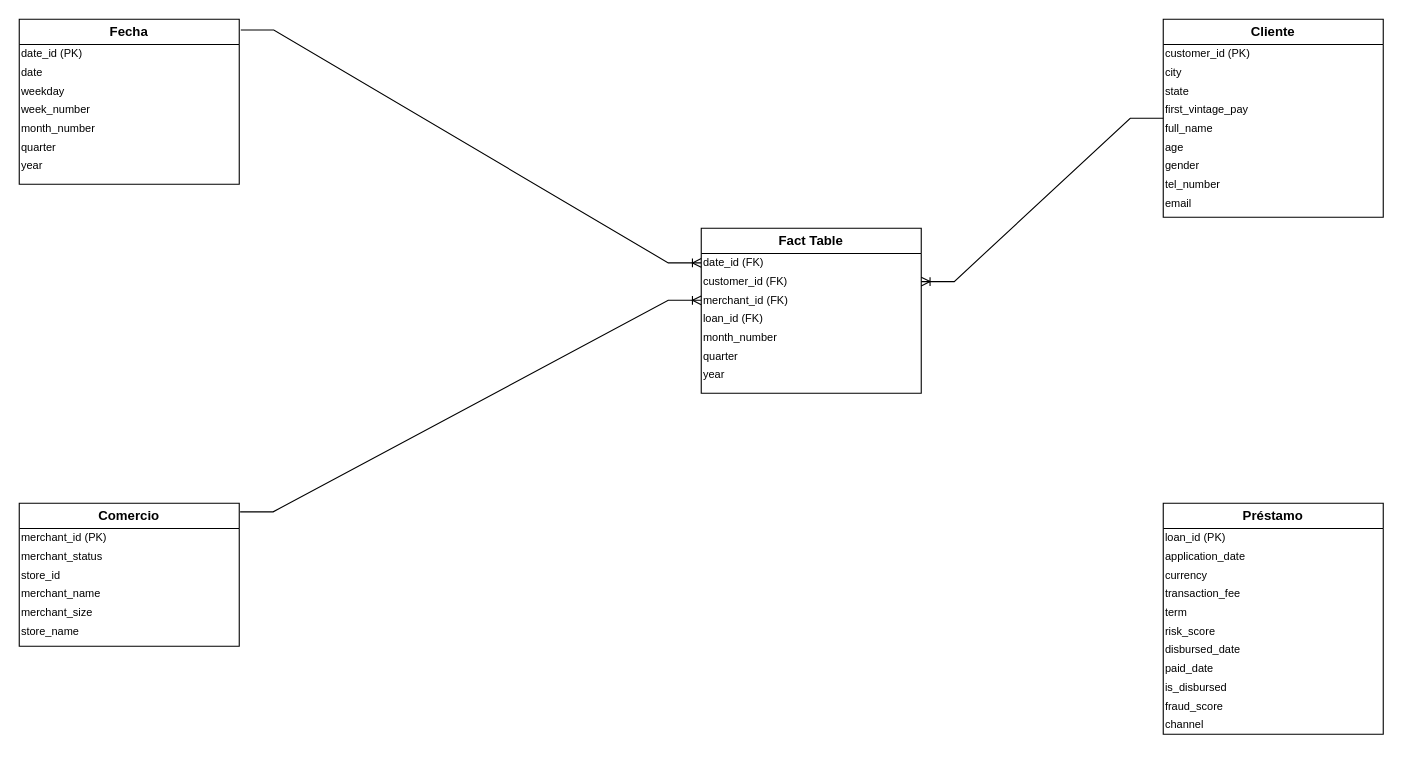
Before: KChallenge.drawio in GonzalezAngel/KChallenge, a draw.io diagram. Source tidied: cells renumbered, new cells numbered last; positions are measured from the earlier drawing's top-left corner, leaving out a move shared by most shapes. Both pictures are drawn from the tidied source at 110%, with x=0, y=0 at pixel (19, 19).
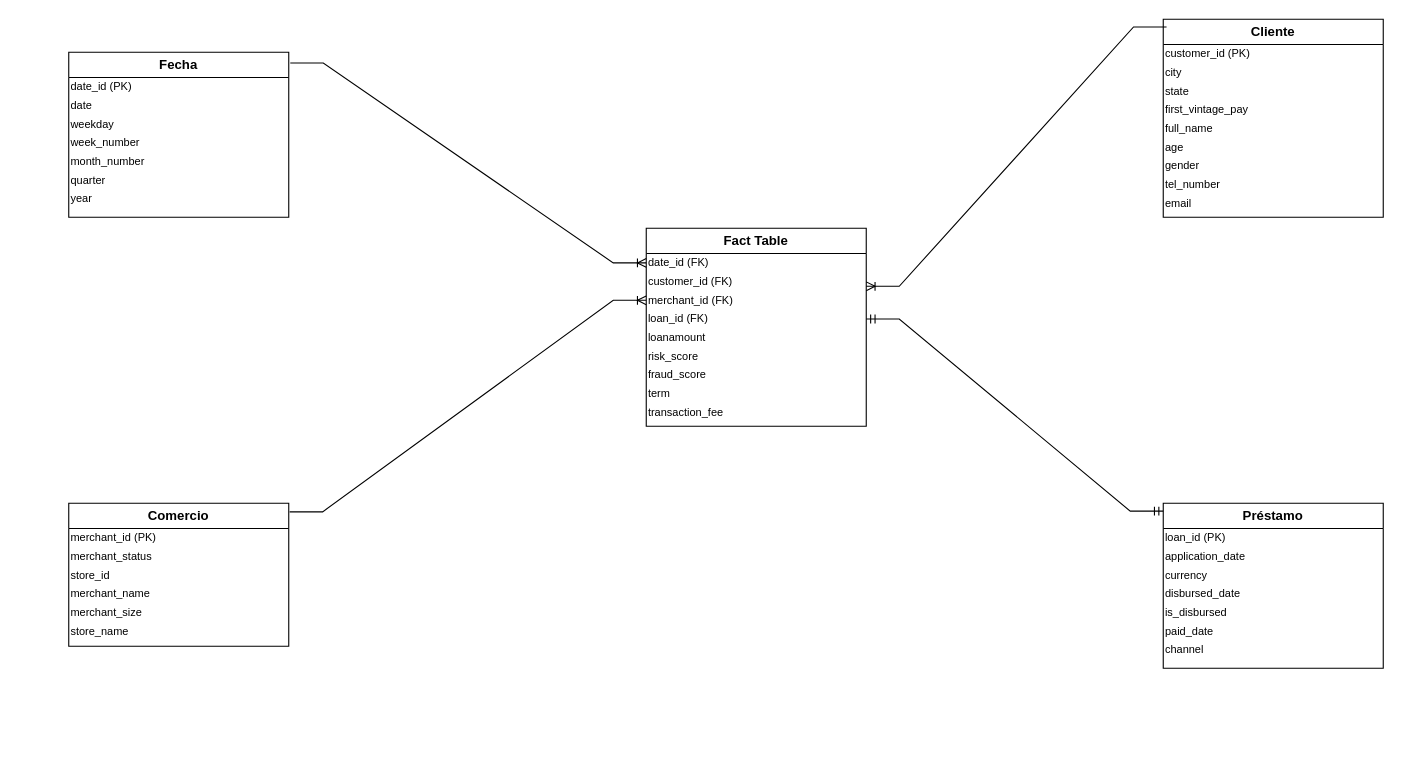
The same diagram, later.

The change refers to these unchanged cells:
```xml
<mxCell id="11" value="Cliente" style="swimlane;whiteSpace=wrap;html=1;" parent="1" vertex="1">
  <mxGeometry x="1040" width="200" height="180" as="geometry" />
</mxCell>
<mxCell id="31" value="&lt;pre&gt;&lt;font face=&quot;Helvetica&quot;&gt;customer_id (FK)&lt;/font&gt;&lt;/pre&gt;" style="text;html=1;strokeColor=none;fillColor=none;align=left;verticalAlign=middle;whiteSpace=wrap;rounded=0;fontSize=10;" parent="29" vertex="1">
  <mxGeometry y="40" width="200" height="17" as="geometry" />
</mxCell>
<mxCell id="33" value="&lt;pre&gt;&lt;font face=&quot;Helvetica&quot;&gt;loan_id (FK)&lt;/font&gt;&lt;/pre&gt;" style="text;html=1;strokeColor=none;fillColor=none;align=left;verticalAlign=middle;whiteSpace=wrap;rounded=0;fontSize=10;" parent="29" vertex="1">
  <mxGeometry y="74" width="200" height="17" as="geometry" />
</mxCell>
```

Diff of the diagram source:
```diff
@@
     <mxCell id="2" value="Fecha" style="swimlane;whiteSpace=wrap;html=1;" parent="1" vertex="1">
-      <mxGeometry width="200" height="150" as="geometry" />
+      <mxGeometry x="45" y="30" width="200" height="150" as="geometry" />
     </mxCell>
@@
-    <mxCell id="21" style="edgeStyle=entityRelationEdgeStyle;fontSize=12;html=1;endArrow=ERoneToMany;rounded=0;entryX=1;entryY=0.5;entryDx=0;entryDy=0;" parent="1" edge="1" source="11" target="31">
-      <mxGeometry relative="1" as="geometry" />
-    </mxCell>
     <mxCell id="22" value="Comercio" style="swimlane;whiteSpace=wrap;html=1;" parent="1" vertex="1">
-      <mxGeometry y="440" width="200" height="130" as="geometry" />
+      <mxGeometry x="45" y="440" width="200" height="130" as="geometry" />
     </mxCell>
@@
     <mxCell id="29" value="Fact Table" style="swimlane;whiteSpace=wrap;html=1;" parent="1" vertex="1">
-      <mxGeometry x="620" y="190" width="200" height="150" as="geometry" />
+      <mxGeometry x="570" y="190" width="200" height="180" as="geometry" />
     </mxCell>
@@
-    <mxCell id="34" value="&lt;pre&gt;&lt;font face=&quot;Helvetica&quot;&gt;month_number&lt;/font&gt;&lt;/pre&gt;" style="text;html=1;strokeColor=none;fillColor=none;align=left;verticalAlign=middle;whiteSpace=wrap;rounded=0;fontSize=10;" parent="29" vertex="1">
+    <mxCell id="34" value="&lt;pre&gt;&lt;font face=&quot;Helvetica&quot;&gt;loanamount&lt;/font&gt;&lt;/pre&gt;" style="text;html=1;strokeColor=none;fillColor=none;align=left;verticalAlign=middle;whiteSpace=wrap;rounded=0;fontSize=10;" parent="29" vertex="1">
       <mxGeometry y="91" width="200" height="17" as="geometry" />
     </mxCell>
-    <mxCell id="35" value="&lt;pre&gt;&lt;font face=&quot;Helvetica&quot;&gt;quarter&lt;/font&gt;&lt;/pre&gt;" style="text;html=1;strokeColor=none;fillColor=none;align=left;verticalAlign=middle;whiteSpace=wrap;rounded=0;fontSize=10;" parent="29" vertex="1">
+    <mxCell id="35" value="&lt;pre&gt;&lt;font face=&quot;Helvetica&quot;&gt;risk_score&lt;/font&gt;&lt;/pre&gt;" style="text;html=1;strokeColor=none;fillColor=none;align=left;verticalAlign=middle;whiteSpace=wrap;rounded=0;fontSize=10;" parent="29" vertex="1">
       <mxGeometry y="108" width="200" height="17" as="geometry" />
     </mxCell>
-    <mxCell id="36" value="&lt;pre&gt;&lt;font face=&quot;Helvetica&quot;&gt;year&lt;/font&gt;&lt;/pre&gt;" style="text;html=1;strokeColor=none;fillColor=none;align=left;verticalAlign=middle;whiteSpace=wrap;rounded=0;fontSize=10;" parent="29" vertex="1">
+    <mxCell id="36" value="&lt;pre&gt;&lt;font face=&quot;Helvetica&quot;&gt;fraud_score&lt;/font&gt;&lt;/pre&gt;" style="text;html=1;strokeColor=none;fillColor=none;align=left;verticalAlign=middle;whiteSpace=wrap;rounded=0;fontSize=10;" parent="29" vertex="1">
       <mxGeometry y="125" width="200" height="17" as="geometry" />
     </mxCell>
+    <mxCell id="43" value="&lt;pre&gt;&lt;font face=&quot;Helvetica&quot;&gt;term&lt;/font&gt;&lt;/pre&gt;" style="text;html=1;strokeColor=none;fillColor=none;align=left;verticalAlign=middle;whiteSpace=wrap;rounded=0;fontSize=10;" parent="29" vertex="1">
+      <mxGeometry y="142" width="200" height="17" as="geometry" />
+    </mxCell>
+    <mxCell id="42" value="&lt;pre&gt;&lt;font face=&quot;Helvetica&quot;&gt;transaction_fee&lt;/font&gt;&lt;/pre&gt;" style="text;html=1;strokeColor=none;fillColor=none;align=left;verticalAlign=middle;whiteSpace=wrap;rounded=0;fontSize=10;" parent="29" vertex="1">
+      <mxGeometry y="159" width="200" height="17" as="geometry" />
+    </mxCell>
@@
     <mxCell id="38" value="Préstamo" style="swimlane;whiteSpace=wrap;html=1;" parent="1" vertex="1">
-      <mxGeometry x="1040" y="440" width="200" height="210" as="geometry" />
+      <mxGeometry x="1040" y="440" width="200" height="150" as="geometry" />
     </mxCell>
@@
-    <mxCell id="42" value="&lt;pre&gt;&lt;font face=&quot;Helvetica&quot;&gt;transaction_fee&lt;/font&gt;&lt;/pre&gt;" style="text;html=1;strokeColor=none;fillColor=none;align=left;verticalAlign=middle;whiteSpace=wrap;rounded=0;fontSize=10;" parent="38" vertex="1">
-      <mxGeometry y="74" width="200" height="17" as="geometry" />
-    </mxCell>
-    <mxCell id="43" value="&lt;pre&gt;&lt;font face=&quot;Helvetica&quot;&gt;term&lt;/font&gt;&lt;/pre&gt;" style="text;html=1;strokeColor=none;fillColor=none;align=left;verticalAlign=middle;whiteSpace=wrap;rounded=0;fontSize=10;" parent="38" vertex="1">
-      <mxGeometry y="91" width="200" height="17" as="geometry" />
-    </mxCell>
-    <mxCell id="44" value="&lt;pre&gt;&lt;font face=&quot;Helvetica&quot;&gt;risk_score&lt;/font&gt;&lt;/pre&gt;" style="text;html=1;strokeColor=none;fillColor=none;align=left;verticalAlign=middle;whiteSpace=wrap;rounded=0;fontSize=10;" parent="38" vertex="1">
-      <mxGeometry y="108" width="200" height="17" as="geometry" />
-    </mxCell>
     <mxCell id="45" value="&lt;pre&gt;&lt;font face=&quot;Helvetica&quot;&gt;disbursed_date&lt;/font&gt;&lt;/pre&gt;" style="text;html=1;strokeColor=none;fillColor=none;align=left;verticalAlign=middle;whiteSpace=wrap;rounded=0;fontSize=10;" parent="38" vertex="1">
-      <mxGeometry y="125" width="200" height="17" as="geometry" />
+      <mxGeometry y="74" width="200" height="17" as="geometry" />
     </mxCell>
     <mxCell id="46" value="&lt;pre&gt;&lt;font face=&quot;Helvetica&quot;&gt;paid_date&lt;/font&gt;&lt;/pre&gt;" style="text;html=1;strokeColor=none;fillColor=none;align=left;verticalAlign=middle;whiteSpace=wrap;rounded=0;fontSize=10;" parent="38" vertex="1">
-      <mxGeometry y="142" width="200" height="17" as="geometry" />
+      <mxGeometry y="108" width="200" height="17" as="geometry" />
     </mxCell>
     <mxCell id="47" value="&lt;pre&gt;&lt;font face=&quot;Helvetica&quot;&gt;is_disbursed&lt;/font&gt;&lt;/pre&gt;" style="text;html=1;strokeColor=none;fillColor=none;align=left;verticalAlign=middle;whiteSpace=wrap;rounded=0;fontSize=10;" parent="38" vertex="1">
-      <mxGeometry y="159" width="200" height="17" as="geometry" />
+      <mxGeometry y="91" width="200" height="17" as="geometry" />
     </mxCell>
-    <mxCell id="48" value="&lt;pre&gt;&lt;font face=&quot;Helvetica&quot;&gt;fraud_score&lt;/font&gt;&lt;/pre&gt;" style="text;html=1;strokeColor=none;fillColor=none;align=left;verticalAlign=middle;whiteSpace=wrap;rounded=0;fontSize=10;" parent="38" vertex="1">
-      <mxGeometry y="176" width="200" height="17" as="geometry" />
-    </mxCell>
     <mxCell id="49" value="&lt;pre&gt;&lt;font face=&quot;Helvetica&quot;&gt;channel&lt;/font&gt;&lt;/pre&gt;" style="text;html=1;strokeColor=none;fillColor=none;align=left;verticalAlign=middle;whiteSpace=wrap;rounded=0;fontSize=10;" parent="38" vertex="1">
-      <mxGeometry y="193" width="200" height="17" as="geometry" />
+      <mxGeometry y="125" width="200" height="17" as="geometry" />
     </mxCell>
+    <mxCell id="21" style="edgeStyle=entityRelationEdgeStyle;fontSize=12;html=1;endArrow=ERoneToMany;rounded=0;entryX=1;entryY=0.75;entryDx=0;entryDy=0;exitX=0.015;exitY=0.039;exitDx=0;exitDy=0;exitPerimeter=0;" parent="1" edge="1" source="11" target="31">
+      <mxGeometry relative="1" as="geometry" />
+    </mxCell>
+    <mxCell id="50" style="edgeStyle=entityRelationEdgeStyle;fontSize=12;html=1;endArrow=ERmandOne;startArrow=ERmandOne;rounded=0;exitX=1;exitY=0.5;exitDx=0;exitDy=0;entryX=0;entryY=0.048;entryDx=0;entryDy=0;entryPerimeter=0;" parent="1" edge="1" source="33" target="38">
+      <mxGeometry relative="1" as="geometry" />
+    </mxCell>
```
